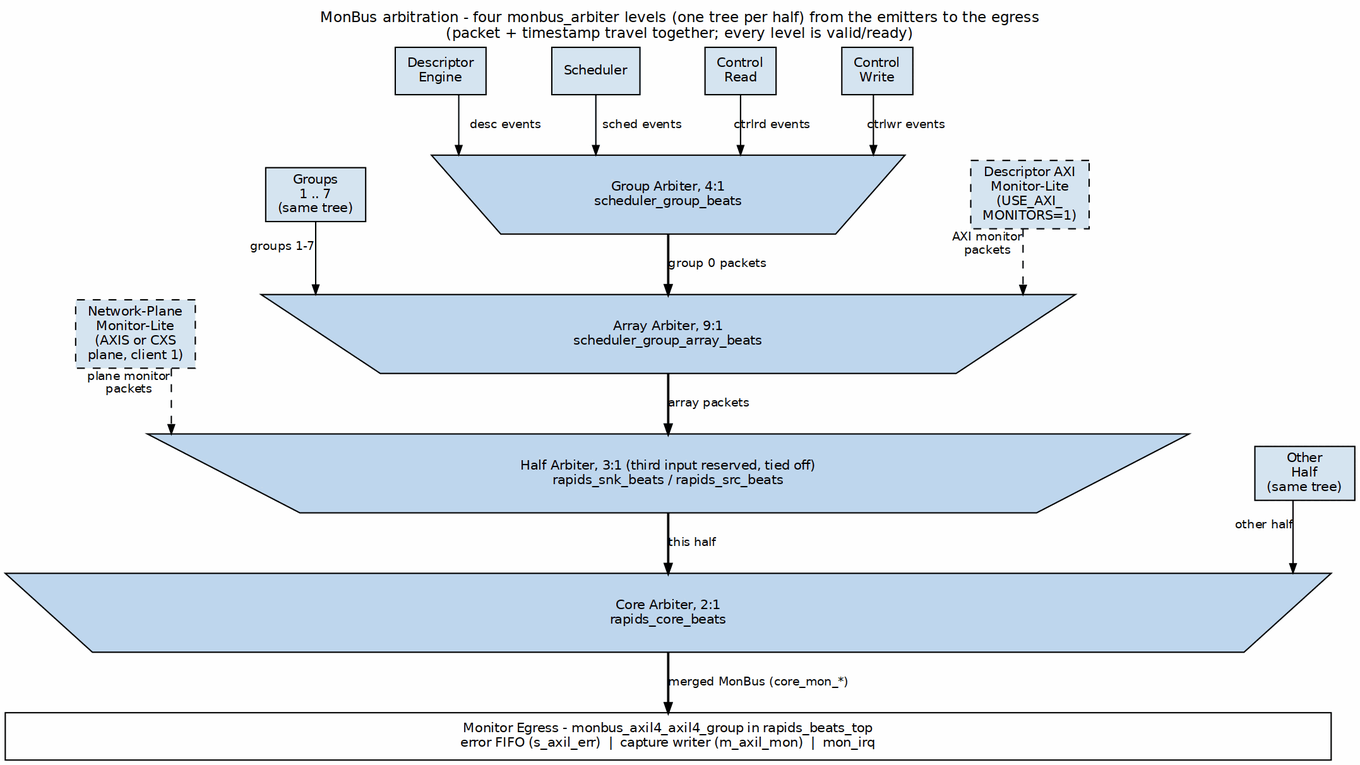
sean-galloway/RTLDesignSherpa keeps this Graphviz diagram as projects/components/dma-ip/rapids/docs/rapids_beats_mas/assets/graphviz/21_monbus_aggregation.png. Above is the earlier version. Its source is kept beside it as projects/components/dma-ip/rapids/docs/rapids_beats_mas/assets/graphviz/21_monbus_aggregation.dot.
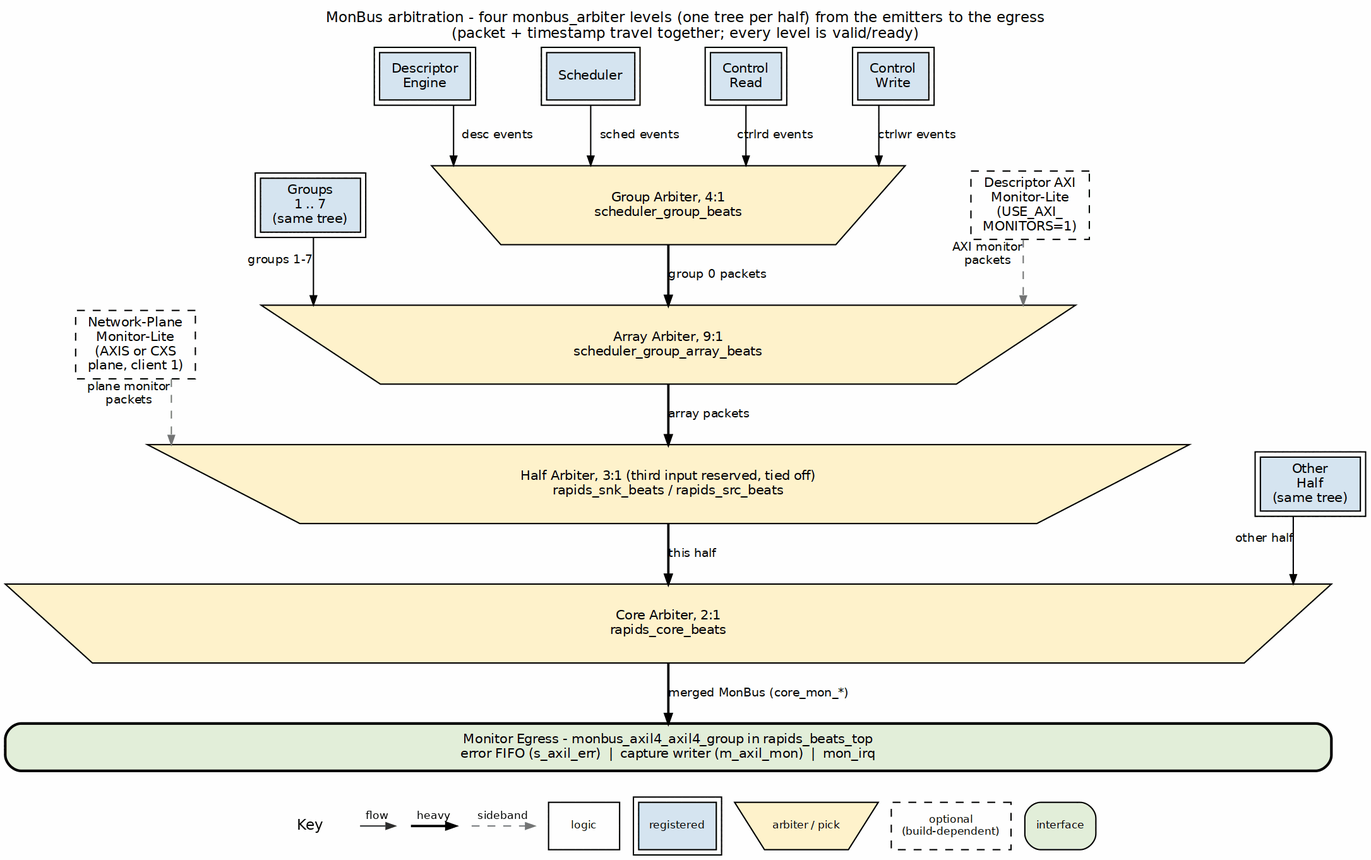
The same diagram one commit later.

Diff of the diagram source:
```diff
@@ -4,26 +4,26 @@
            label="MonBus arbitration - four monbus_arbiter levels (one tree per half) from the emitters to the egress\n(packet + timestamp travel together; every level is valid/ready)",
            labelloc=t, labeljust=c];
     node  [fontname="Helvetica", fontsize=10, shape=box, style=filled,
-           fillcolor="#D6E4F0", color="black", margin="0.12,0.06"];
+           fillcolor="white", color="black", margin="0.12,0.06"];
     edge  [fontname="Helvetica", fontsize=9, color="black", arrowsize=0.7];
 
-    de  [label="Descriptor\nEngine", group=E1];
-    sc  [label="Scheduler", group=E2];
-    cr  [label="Control\nRead", group=E3];
-    cw  [label="Control\nWrite", group=E4];
-    t1  [label="Group Arbiter, 4:1\nscheduler_group_beats", shape=polygon, sides=4, distortion=0.25, width=5.0, group=C, fillcolor="#BFD7EE"];
+    de  [label="Descriptor\nEngine", group=E1, peripheries=2, style="filled", fillcolor="#D6E4F0"];
+    sc  [label="Scheduler", group=E2, peripheries=2, style="filled", fillcolor="#D6E4F0"];
+    cr  [label="Control\nRead", group=E3, peripheries=2, style="filled", fillcolor="#D6E4F0"];
+    cw  [label="Control\nWrite", group=E4, peripheries=2, style="filled", fillcolor="#D6E4F0"];
+    t1  [label="Group Arbiter, 4:1\nscheduler_group_beats", shape=polygon, sides=4, distortion=0.25, width=5.0, group=C, fillcolor="#BFD7EE", style="filled", fillcolor="#FFF2CC"];
 
-    g17 [label="Groups\n1 .. 7\n(same tree)"];
-    dam [label="Descriptor AXI\nMonitor-Lite\n(USE_AXI_\nMONITORS=1)", style="filled,dashed"];
-    t2  [label="Array Arbiter, 9:1\nscheduler_group_array_beats", shape=polygon, sides=4, distortion=0.25, width=8.6, group=C, fillcolor="#BFD7EE"];
+    g17 [label="Groups\n1 .. 7\n(same tree)", peripheries=2, style="filled", fillcolor="#D6E4F0"];
+    dam [label="Descriptor AXI\nMonitor-Lite\n(USE_AXI_\nMONITORS=1)", style="filled,dashed", style="filled,dashed", fillcolor="white"];
+    t2  [label="Array Arbiter, 9:1\nscheduler_group_array_beats", shape=polygon, sides=4, distortion=0.25, width=8.6, group=C, fillcolor="#BFD7EE", style="filled", fillcolor="#FFF2CC"];
 
-    axm [label="Network-Plane\nMonitor-Lite\n(AXIS or CXS\nplane, client 1)", style="filled,dashed"];
-    t3  [label="Half Arbiter, 3:1 (third input reserved, tied off)\nrapids_snk_beats / rapids_src_beats", shape=polygon, sides=4, distortion=0.25, width=11.0, group=C, fillcolor="#BFD7EE"];
+    axm [label="Network-Plane\nMonitor-Lite\n(AXIS or CXS\nplane, client 1)", style="filled,dashed", style="filled,dashed", fillcolor="white"];
+    t3  [label="Half Arbiter, 3:1 (third input reserved, tied off)\nrapids_snk_beats / rapids_src_beats", shape=polygon, sides=4, distortion=0.25, width=11.0, group=C, fillcolor="#BFD7EE", style="filled", fillcolor="#FFF2CC"];
 
-    oth [label="Other\nHalf\n(same tree)"];
-    t4  [label="Core Arbiter, 2:1\nrapids_core_beats", shape=polygon, sides=4, distortion=0.10, width=14.0, group=C, fillcolor="#BFD7EE"];
+    oth [label="Other\nHalf\n(same tree)", peripheries=2, style="filled", fillcolor="#D6E4F0"];
+    t4  [label="Core Arbiter, 2:1\nrapids_core_beats", shape=polygon, sides=4, distortion=0.10, width=14.0, group=C, fillcolor="#BFD7EE", style="filled", fillcolor="#FFF2CC"];
 
-    bar [label="Monitor Egress - monbus_axil4_axil4_group in rapids_beats_top\nerror FIFO (s_axil_err)  |  capture writer (m_axil_mon)  |  mon_irq", fillcolor="white", width=14.0, group=C];
+    bar [label="Monitor Egress - monbus_axil4_axil4_group in rapids_beats_top\nerror FIFO (s_axil_err)  |  capture writer (m_axil_mon)  |  mon_irq", fillcolor="white", width=14.0, group=C, style="rounded,filled,bold", fillcolor="#E2EFDA"];
 
     de -> t1 [label="desc events"];
     sc -> t1 [label="sched events"];
@@ -31,9 +31,9 @@
     cw -> t1 [label="ctrlwr events"];
     t1  -> t2 [label="group 0 packets", penwidth=1.8];
     g17 -> t2 [xlabel="groups 1-7"];
-    dam -> t2 [xlabel="AXI monitor\npackets", style=dashed];
+    dam -> t2 [xlabel="AXI monitor\npackets", style=dashed, color="#777777"];
     t2  -> t3 [label="array packets", penwidth=1.8];
-    axm -> t3 [xlabel="plane monitor\npackets", style=dashed];
+    axm -> t3 [xlabel="plane monitor\npackets", style=dashed, color="#777777"];
     t3  -> t4 [label="this half", penwidth=1.8];
     oth -> t4 [xlabel="other half"];
     t4  -> bar [label="merged MonBus (core_mon_*)", penwidth=1.8];
```
